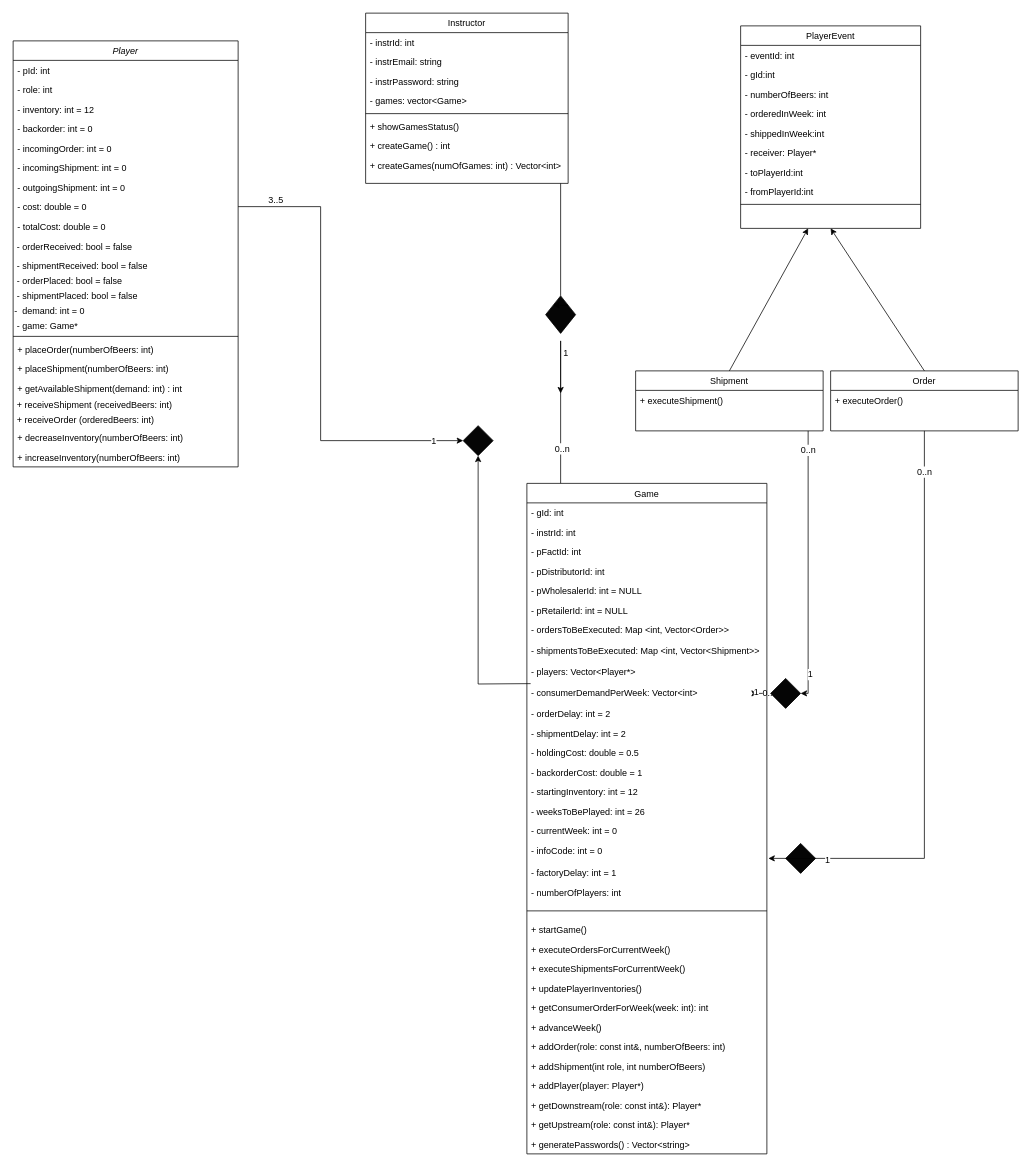
iuliacornea99/SE-CourseInfo keeps this draw.io diagram as Beer-Game-Class-Diagram.drawio. Above is the earlier version. Source tidied: cells renumbered, new cells numbered last; positions are measured from the earlier drawing's top-left corner, leaving out a move shared by most shapes. Both pictures are drawn from the tidied source at 75%, with x=0, y=0 at pixel (13, 13).
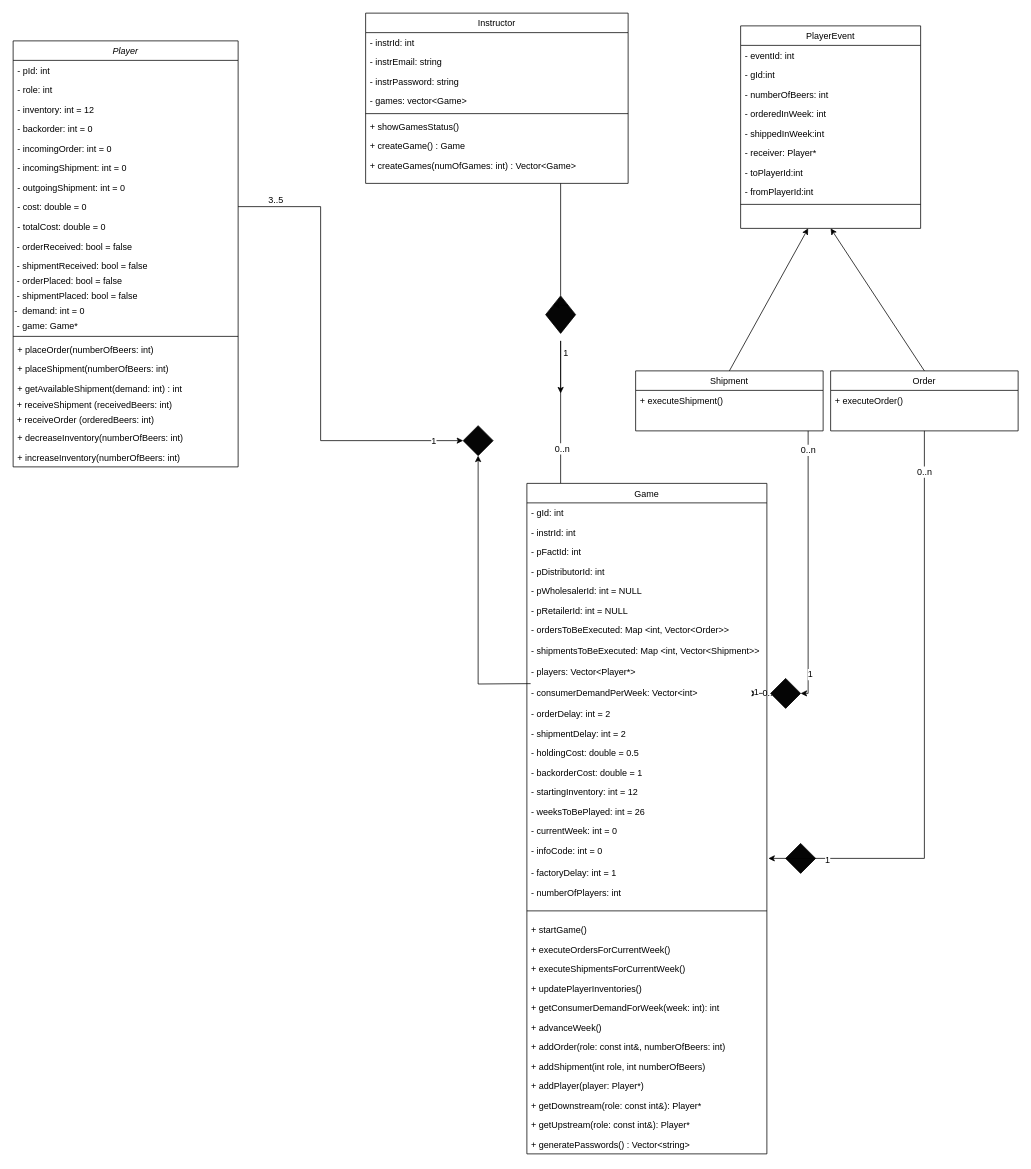
Above is the later version.

Unchanged cells that the change refers to:
```xml
<mxCell id="72" value="Game" style="swimlane;fontStyle=0;align=center;verticalAlign=top;horizontal=1;startSize=26;rounded=0;shadow=0;strokeWidth=1;" parent="1" vertex="1">
  <mxGeometry x="685" y="627" width="320" height="894" as="geometry" />
</mxCell>
```

What changed in the source:
```diff
@@
     <mxCell id="16" value="Instructor" style="swimlane;fontStyle=0;align=center;verticalAlign=top;horizontal=1;startSize=26;rounded=0;shadow=0;strokeWidth=1;" parent="1" vertex="1">
-      <mxGeometry x="470" width="270" height="227" as="geometry" />
+      <mxGeometry x="470" width="350" height="227" as="geometry" />
     </mxCell>
     <mxCell id="17" value="- instrId: int" style="text;align=left;verticalAlign=top;spacingLeft=4;spacingRight=4;overflow=hidden;rounded=0;shadow=0;html=0;" parent="16" vertex="1">
-      <mxGeometry y="26" width="270" height="26" as="geometry" />
+      <mxGeometry y="26" width="350" height="26" as="geometry" />
     </mxCell>
     <mxCell id="18" value="- instrEmail: string" style="text;align=left;verticalAlign=top;spacingLeft=4;spacingRight=4;overflow=hidden;rounded=0;shadow=0;html=0;" parent="16" vertex="1">
-      <mxGeometry y="52" width="270" height="26" as="geometry" />
+      <mxGeometry y="52" width="350" height="26" as="geometry" />
     </mxCell>
     <mxCell id="19" value="- instrPassword: string" style="text;align=left;verticalAlign=top;spacingLeft=4;spacingRight=4;overflow=hidden;rounded=0;shadow=0;html=0;" parent="16" vertex="1">
-      <mxGeometry y="78" width="270" height="26" as="geometry" />
+      <mxGeometry y="78" width="350" height="26" as="geometry" />
     </mxCell>
     <mxCell id="20" value="- games: vector&lt;Game&gt;" style="text;align=left;verticalAlign=top;spacingLeft=4;spacingRight=4;overflow=hidden;rounded=0;shadow=0;html=0;" parent="16" vertex="1">
-      <mxGeometry y="104" width="270" height="26" as="geometry" />
+      <mxGeometry y="104" width="350" height="26" as="geometry" />
     </mxCell>
     <mxCell id="21" style="line;html=1;strokeWidth=1;align=left;verticalAlign=middle;spacingTop=-1;spacingLeft=3;spacingRight=3;labelPosition=right;" parent="16" vertex="1">
-      <mxGeometry y="130" width="270" height="8" as="geometry" />
+      <mxGeometry y="130" width="350" height="8" as="geometry" />
     </mxCell>
     <mxCell id="22" value="+ showGamesStatus()" style="text;align=left;verticalAlign=top;spacingLeft=4;spacingRight=4;overflow=hidden;rounded=0;shadow=0;html=0;" parent="16" vertex="1">
-      <mxGeometry y="138" width="270" height="26" as="geometry" />
+      <mxGeometry y="138" width="350" height="26" as="geometry" />
     </mxCell>
-    <mxCell id="23" value="+ createGame() : int" style="text;align=left;verticalAlign=top;spacingLeft=4;spacingRight=4;overflow=hidden;rounded=0;shadow=0;html=0;" parent="16" vertex="1">
-      <mxGeometry y="164" width="270" height="26" as="geometry" />
+    <mxCell id="23" value="+ createGame() : Game" style="text;align=left;verticalAlign=top;spacingLeft=4;spacingRight=4;overflow=hidden;rounded=0;shadow=0;html=0;" parent="16" vertex="1">
+      <mxGeometry y="164" width="350" height="26" as="geometry" />
     </mxCell>
-    <mxCell id="24" value="+ createGames(numOfGames: int) : Vector&lt;int&gt;" style="text;align=left;verticalAlign=top;spacingLeft=4;spacingRight=4;overflow=hidden;rounded=0;shadow=0;html=0;" parent="16" vertex="1">
-      <mxGeometry y="190" width="270" height="26" as="geometry" />
+    <mxCell id="24" value="+ createGames(numOfGames: int) : Vector&lt;Game&gt;" style="text;align=left;verticalAlign=top;spacingLeft=4;spacingRight=4;overflow=hidden;rounded=0;shadow=0;html=0;" parent="16" vertex="1">
+      <mxGeometry y="190" width="350" height="26" as="geometry" />
     </mxCell>
@@
-    <mxCell id="98" value="+ getConsumerOrderForWeek(week: int): int" style="text;align=left;verticalAlign=top;spacingLeft=4;spacingRight=4;overflow=hidden;rounded=0;shadow=0;html=0;" parent="72" vertex="1">
+    <mxCell id="98" value="+ getConsumerDemandForWeek(week: int): int" style="text;align=left;verticalAlign=top;spacingLeft=4;spacingRight=4;overflow=hidden;rounded=0;shadow=0;html=0;" parent="72" vertex="1">
       <mxGeometry y="686" width="320" height="26" as="geometry" />
     </mxCell>
```
